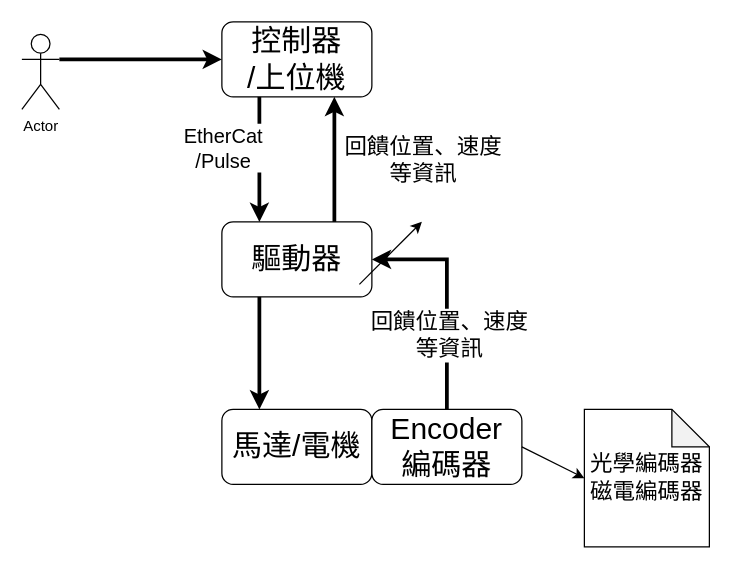
The draw.io diagram 未命名绘图.drawio in myctw/drawio, before the edit. Source tidied: cells renumbered, new cells numbered last; positions are measured from the earlier drawing's top-left corner, leaving out a move shared by most shapes. Both pictures are drawn from the tidied source at 125%, with x=0, y=0 at pixel (21, 21).
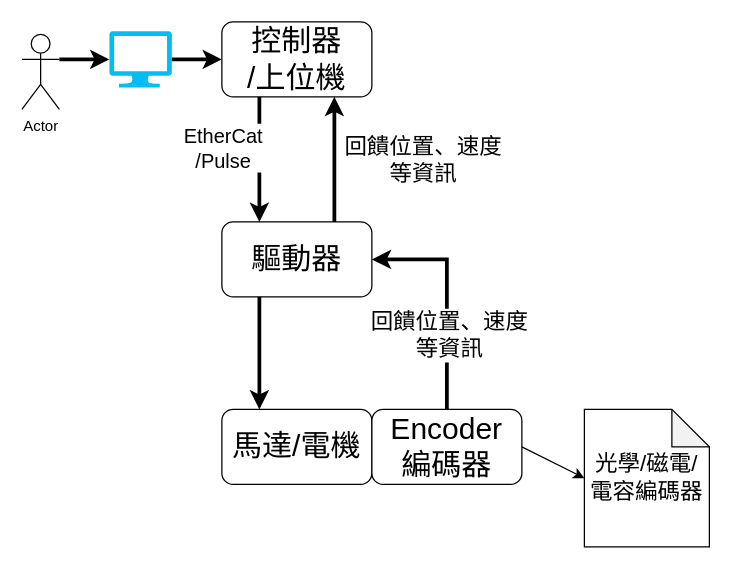
After the change.

Unchanged cells that the change refers to:
```xml
<mxCell id="2" value="Actor" style="shape=umlActor;verticalLabelPosition=bottom;verticalAlign=top;html=1;outlineConnect=0;" parent="1" vertex="1">
  <mxGeometry y="10" width="30" height="60" as="geometry" />
</mxCell>
<mxCell id="3" value="控制器&lt;div&gt;/上位機&lt;/div&gt;" style="rounded=1;whiteSpace=wrap;html=1;fontSize=24;" parent="1" vertex="1">
  <mxGeometry x="160" width="120" height="60" as="geometry" />
</mxCell>
```

The edit, as a diff of the source:
```diff
@@
-    <mxCell id="14" style="endArrow=classic;html=1;rounded=0;exitX=1;exitY=0.3333333333333333;exitDx=0;exitDy=0;entryX=0;entryY=0.5;entryDx=0;entryDy=0;strokeWidth=3;exitPerimeter=0;" parent="1" edge="1" source="2" target="3">
+    <mxCell id="14" style="endArrow=classic;html=1;rounded=0;exitX=1;exitY=0.3333333333333333;exitDx=0;exitDy=0;entryX=0;entryY=0.5;entryDx=0;entryDy=0;strokeWidth=3;exitPerimeter=0;entryPerimeter=0;" parent="1" edge="1" source="2" target="18">
       <mxGeometry relative="1" as="geometry" />
     </mxCell>
-    <mxCell id="15" value="&lt;font style=&quot;font-size: 18px;&quot;&gt;光學編碼器&lt;/font&gt;&lt;div style=&quot;font-size: 18px;&quot;&gt;&lt;font style=&quot;font-size: 18px;&quot;&gt;磁電編碼器&lt;/font&gt;&lt;/div&gt;" style="shape=note;whiteSpace=wrap;html=1;backgroundOutline=1;darkOpacity=0.05;" parent="1" vertex="1">
+    <mxCell id="15" value="&lt;font style=&quot;font-size: 18px;&quot;&gt;光學/&lt;/font&gt;&lt;span style=&quot;font-size: 18px; background-color: initial; color: rgb(0, 0, 0); --darkreader-inline-bgcolor: initial; --darkreader-inline-color: #e8e6e3;&quot;&gt;磁電/電容編碼器&lt;/span&gt;" style="shape=note;whiteSpace=wrap;html=1;backgroundOutline=1;darkOpacity=0.05;" parent="1" vertex="1">
       <mxGeometry x="450" y="310" width="100" height="110" as="geometry" />
     </mxCell>
-    <mxCell id="16" style="endArrow=classic;html=1;rounded=0;" parent="1" edge="1">
-      <mxGeometry relative="1" as="geometry">
-        <mxPoint x="270" y="210" as="sourcePoint" />
-        <mxPoint x="320" y="160" as="targetPoint" />
-      </mxGeometry>
-    </mxCell>
@@
+    <mxCell id="18" style="verticalLabelPosition=bottom;html=1;verticalAlign=top;align=center;strokeColor=none;fillColor=#00BEF2;shape=mxgraph.azure.computer;" parent="1" vertex="1">
+      <mxGeometry x="70" y="7.5" width="50" height="45" as="geometry" />
+    </mxCell>
+    <mxCell id="19" style="endArrow=classic;html=1;rounded=0;exitX=1;exitY=0.5;exitDx=0;exitDy=0;entryX=0;entryY=0.5;entryDx=0;entryDy=0;strokeWidth=3;exitPerimeter=0;" parent="1" edge="1" source="18" target="3">
+      <mxGeometry relative="1" as="geometry" />
+    </mxCell>
```
